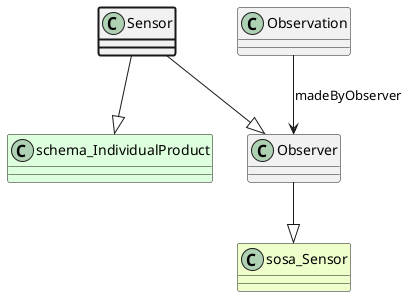
Earlier version of the PlantUML export ttl_uml/ttl_appn_Sensor.png (aus-plant-phenomics-network/appn-schema).
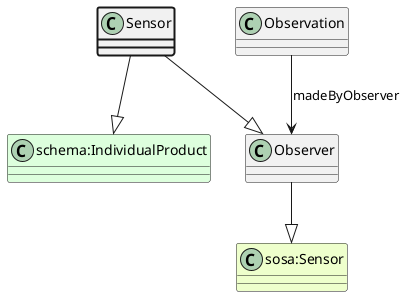
After the change.

The edit, as a diff of the source:
```diff
@@ -1,11 +1,11 @@
 @startuml
 class Sensor  #line.bold
 class Observer
-class sosa_Sensor #EEFFCC
-Observer --|> sosa_Sensor
+class "sosa:Sensor" #EEFFCC
+Observer --|> "sosa:Sensor"
 class Observation
 Observation --> Observer : madeByObserver
 Sensor --|> Observer
-class schema_IndividualProduct #DDFFDD
-Sensor --|> schema_IndividualProduct
+class "schema:IndividualProduct" #DDFFDD
+Sensor --|> "schema:IndividualProduct"
 @enduml
```
